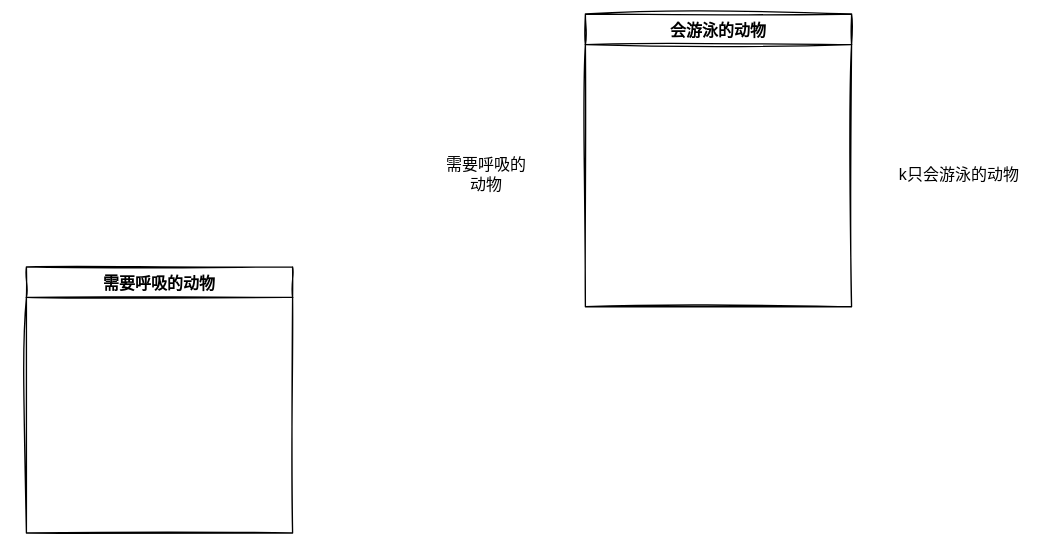
Echo-Yanglulu/obsidianPrivateNote keeps this draw.io diagram as 笔记/工具/思考/图形/Untitled Diagram.svg. Above is the earlier version. Source tidied: cells renumbered, new cells last; positions are measured from the earlier drawing's top-left corner, leaving out a move shared by most shapes. Its diagram source:
```xml
<mxGraphModel>
  <root>
    <mxCell id="0" />
    <mxCell id="1" parent="0" />
    <mxCell id="2" value="会游泳的动物" style="swimlane;" parent="1" vertex="1">
      <mxGeometry x="420" width="200" height="220" as="geometry" />
    </mxCell>
    <mxCell id="3" value="需要呼吸的动物" style="swimlane;" parent="1" vertex="1">
      <mxGeometry y="190" width="200" height="200" as="geometry" />
    </mxCell>
    <mxCell id="4" value="需要呼吸的动物" style="text;html=1;strokeColor=none;fillColor=none;align=center;verticalAlign=middle;whiteSpace=wrap;rounded=0;" parent="1" vertex="1">
      <mxGeometry x="310" y="110" width="70" height="20" as="geometry" />
    </mxCell>
    <mxCell id="5" value="k只会游泳的动物" style="text;html=1;strokeColor=none;fillColor=none;align=center;verticalAlign=middle;whiteSpace=wrap;rounded=0;" parent="1" vertex="1">
      <mxGeometry x="650" y="110" width="100" height="20" as="geometry" />
    </mxCell>
  </root>
</mxGraphModel>
```
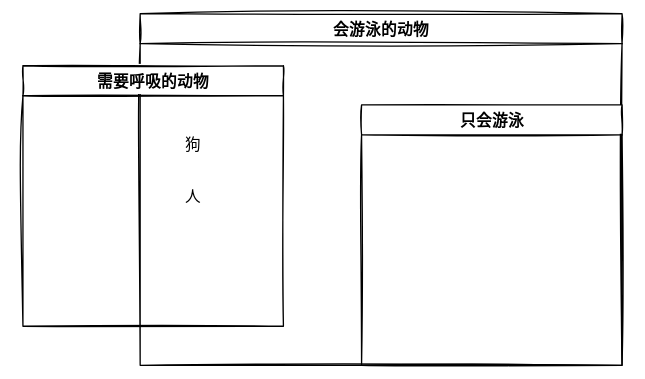
Later version of the same file.

The edit, as a diff of the source:
```diff
@@ -3,16 +3,19 @@
     <mxCell id="0" />
     <mxCell id="1" parent="0" />
     <mxCell id="2" value="会游泳的动物" style="swimlane;" parent="1" vertex="1">
-      <mxGeometry x="420" width="200" height="220" as="geometry" />
+      <mxGeometry x="420" width="370" height="270" as="geometry" />
     </mxCell>
-    <mxCell id="3" value="需要呼吸的动物" style="swimlane;" parent="1" vertex="1">
-      <mxGeometry y="190" width="200" height="200" as="geometry" />
+    <mxCell id="3" value="需要呼吸的动物" style="swimlane;" parent="2" vertex="1">
+      <mxGeometry x="-90" y="40" width="200" height="200" as="geometry" />
     </mxCell>
-    <mxCell id="4" value="需要呼吸的动物" style="text;html=1;strokeColor=none;fillColor=none;align=center;verticalAlign=middle;whiteSpace=wrap;rounded=0;" parent="1" vertex="1">
-      <mxGeometry x="310" y="110" width="70" height="20" as="geometry" />
-    </mxCell>
-    <mxCell id="5" value="k只会游泳的动物" style="text;html=1;strokeColor=none;fillColor=none;align=center;verticalAlign=middle;whiteSpace=wrap;rounded=0;" parent="1" vertex="1">
-      <mxGeometry x="650" y="110" width="100" height="20" as="geometry" />
-    </mxCell>
+    <mxCell id="6" value="狗" style="text;html=1;strokeColor=none;fillColor=none;align=center;verticalAlign=middle;whiteSpace=wrap;rounded=0;" parent="3" vertex="1">
+      <mxGeometry x="110" y="50" width="40" height="20" as="geometry" />
+    </mxCell>
+    <mxCell id="7" value="人" style="text;html=1;strokeColor=none;fillColor=none;align=center;verticalAlign=middle;whiteSpace=wrap;rounded=0;" parent="3" vertex="1">
+      <mxGeometry x="110" y="90" width="40" height="20" as="geometry" />
+    </mxCell>
+    <mxCell id="8" value="只会游泳" style="swimlane;" parent="2" vertex="1">
+      <mxGeometry x="170" y="70" width="200" height="200" as="geometry" />
+    </mxCell>
   </root>
 </mxGraphModel>
```
